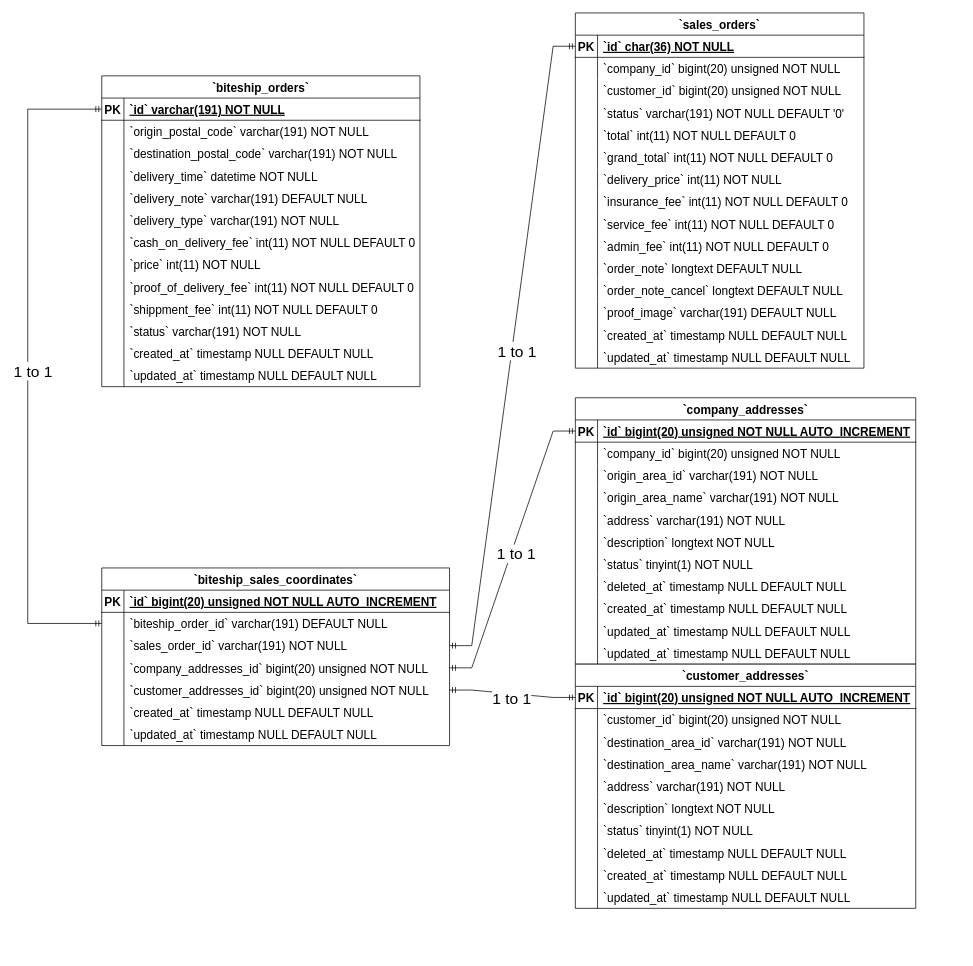
Above: Biteship Sales Coordinate ERD Diagram.drawio in Simasco/diagram (draw.io), before the change. Source tidied: cells renumbered, new cells numbered last; positions are measured from the earlier drawing's top-left corner, leaving out a move shared by most shapes. Both pictures are drawn from the tidied source at 74%, with x=0, y=0 at pixel (27, 13).
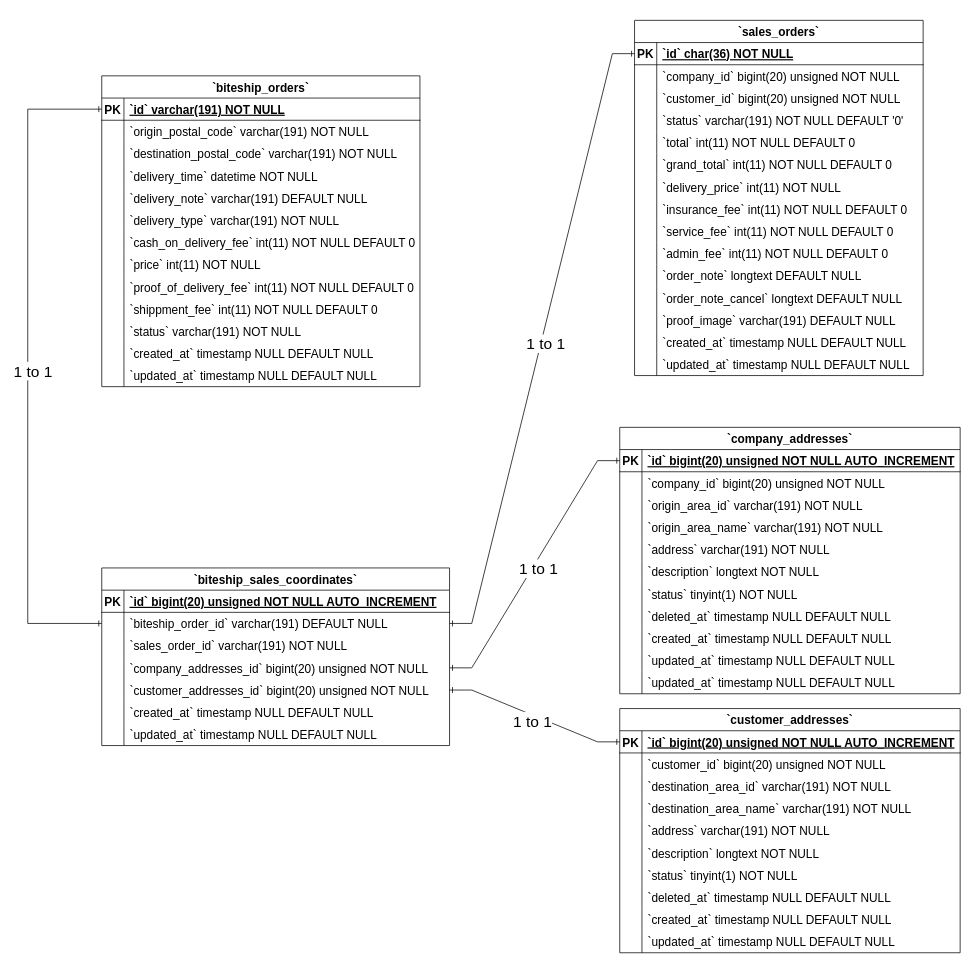
After the change.

Unchanged cells that the change refers to:
```xml
<mxCell id="3" style="shape=tableRow;horizontal=0;startSize=0;swimlaneHead=0;swimlaneBody=0;fillColor=none;points=[[0,0.5],[1,0.5]];portConstraint=eastwest;strokeColor=inherit;top=0;left=0;right=0;bottom=1;fontSize=16;" parent="2" vertex="1">
  <mxGeometry y="30" width="430" height="30" as="geometry" />
</mxCell>
<mxCell id="46" style="shape=tableRow;horizontal=0;startSize=0;swimlaneHead=0;swimlaneBody=0;fillColor=none;points=[[0,0.5],[1,0.5]];portConstraint=eastwest;strokeColor=inherit;top=0;left=0;right=0;bottom=0;fontSize=16;" parent="42" vertex="1">
  <mxGeometry y="60" width="470" height="30" as="geometry" />
</mxCell>
<mxCell id="49" style="shape=tableRow;horizontal=0;startSize=0;swimlaneHead=0;swimlaneBody=0;fillColor=none;points=[[0,0.5],[1,0.5]];portConstraint=eastwest;strokeColor=inherit;top=0;left=0;right=0;bottom=0;fontSize=16;" parent="42" vertex="1">
  <mxGeometry y="90" width="470" height="30" as="geometry" />
</mxCell>
<mxCell id="52" style="shape=tableRow;horizontal=0;startSize=0;swimlaneHead=0;swimlaneBody=0;fillColor=none;points=[[0,0.5],[1,0.5]];portConstraint=eastwest;strokeColor=inherit;top=0;left=0;right=0;bottom=0;fontSize=16;" parent="42" vertex="1">
  <mxGeometry y="120" width="470" height="30" as="geometry" />
</mxCell>
<mxCell id="55" style="shape=tableRow;horizontal=0;startSize=0;swimlaneHead=0;swimlaneBody=0;fillColor=none;points=[[0,0.5],[1,0.5]];portConstraint=eastwest;strokeColor=inherit;top=0;left=0;right=0;bottom=0;fontSize=16;" parent="42" vertex="1">
  <mxGeometry y="150" width="470" height="30" as="geometry" />
</mxCell>
<mxCell id="65" style="shape=tableRow;horizontal=0;startSize=0;swimlaneHead=0;swimlaneBody=0;fillColor=none;points=[[0,0.5],[1,0.5]];portConstraint=eastwest;strokeColor=inherit;top=0;left=0;right=0;bottom=1;fontSize=16;" parent="64" vertex="1">
  <mxGeometry y="30" width="460" height="30" as="geometry" />
</mxCell>
<mxCell id="99" style="shape=tableRow;horizontal=0;startSize=0;swimlaneHead=0;swimlaneBody=0;fillColor=none;points=[[0,0.5],[1,0.5]];portConstraint=eastwest;strokeColor=inherit;top=0;left=0;right=0;bottom=1;fontSize=16;" parent="98" vertex="1">
  <mxGeometry y="30" width="460" height="30" as="geometry" />
</mxCell>
<mxCell id="130" style="shape=tableRow;horizontal=0;startSize=0;swimlaneHead=0;swimlaneBody=0;fillColor=none;points=[[0,0.5],[1,0.5]];portConstraint=eastwest;strokeColor=inherit;top=0;left=0;right=0;bottom=1;fontSize=16;" parent="129" vertex="1">
  <mxGeometry y="30" width="390" height="30" as="geometry" />
</mxCell>
```

Diff of the diagram source:
```diff
@@
     <mxCell id="64" value="`company_addresses`" style="shape=table;startSize=30;childLayout=tableLayout;rowLines=0;fontStyle=1;align=center;fontSize=16;" parent="1" vertex="1">
-      <mxGeometry x="740" y="520" width="460" height="360" as="geometry" />
+      <mxGeometry x="800" y="560" width="460" height="360" as="geometry" />
     </mxCell>
@@
     <mxCell id="98" value="`customer_addresses`" style="shape=table;startSize=30;childLayout=tableLayout;rowLines=0;fontStyle=1;align=center;fontSize=16;" parent="1" vertex="1">
-      <mxGeometry x="740" y="880" width="460" height="330" as="geometry" />
+      <mxGeometry x="800" y="940" width="460" height="330" as="geometry" />
     </mxCell>
@@
     <mxCell id="129" value="`sales_orders`" style="shape=table;startSize=30;childLayout=tableLayout;rowLines=0;fontStyle=1;align=center;fontSize=16;" parent="1" vertex="1">
-      <mxGeometry x="740" width="390" height="480" as="geometry" />
+      <mxGeometry x="820" y="10" width="390" height="480" as="geometry" />
     </mxCell>
@@
-    <mxCell id="175" style="edgeStyle=entityRelationEdgeStyle;fontSize=16;html=1;endArrow=ERmandOne;startArrow=ERmandOne;rounded=0;exitX=1;exitY=0.5;exitDx=0;exitDy=0;entryX=0;entryY=0.5;entryDx=0;entryDy=0;" parent="1" edge="1" source="49" target="130">
+    <mxCell id="175" style="edgeStyle=entityRelationEdgeStyle;fontSize=16;html=1;endArrow=ERone;startArrow=ERone;rounded=0;exitX=1;exitY=0.5;exitDx=0;exitDy=0;entryX=0;entryY=0.5;entryDx=0;entryDy=0;startFill=0;endFill=0;" parent="1" edge="1" source="46" target="130">
       <mxGeometry relative="1" as="geometry" />
     </mxCell>
@@
-    <mxCell id="177" style="edgeStyle=entityRelationEdgeStyle;fontSize=16;html=1;endArrow=ERmandOne;startArrow=ERmandOne;rounded=0;exitX=1;exitY=0.5;exitDx=0;exitDy=0;entryX=0;entryY=0.5;entryDx=0;entryDy=0;" parent="1" edge="1" source="55" target="99">
-      <mxGeometry relative="1" as="geometry" />
+    <mxCell id="177" style="edgeStyle=entityRelationEdgeStyle;fontSize=16;html=1;endArrow=ERone;startArrow=ERone;rounded=0;exitX=1;exitY=0.5;exitDx=0;exitDy=0;entryX=0;entryY=0.5;entryDx=0;entryDy=0;startFill=0;endFill=0;" parent="1" edge="1" source="55" target="99">
+      <mxGeometry relative="1" as="geometry">
+        <Array as="points">
+          <mxPoint x="570" y="925" />
+        </Array>
+      </mxGeometry>
     </mxCell>
@@
-    <mxCell id="179" style="edgeStyle=entityRelationEdgeStyle;fontSize=16;html=1;endArrow=ERmandOne;startArrow=ERmandOne;rounded=0;exitX=1;exitY=0.5;exitDx=0;exitDy=0;entryX=0;entryY=0.5;entryDx=0;entryDy=0;" parent="1" edge="1" source="52" target="65">
+    <mxCell id="179" style="edgeStyle=entityRelationEdgeStyle;fontSize=16;html=1;endArrow=ERone;startArrow=ERone;rounded=0;exitX=1;exitY=0.5;exitDx=0;exitDy=0;entryX=0;entryY=0.5;entryDx=0;entryDy=0;startFill=0;endFill=0;" parent="1" edge="1" source="52" target="65">
       <mxGeometry relative="1" as="geometry" />
     </mxCell>
@@
-    <mxCell id="181" style="edgeStyle=orthogonalEdgeStyle;fontSize=16;html=1;endArrow=ERmandOne;startArrow=ERmandOne;rounded=0;exitX=0;exitY=0.5;exitDx=0;exitDy=0;entryX=0;entryY=0.5;entryDx=0;entryDy=0;" parent="1" edge="1" source="46" target="3">
+    <mxCell id="181" style="edgeStyle=orthogonalEdgeStyle;fontSize=16;html=1;endArrow=ERone;startArrow=ERone;rounded=0;exitX=0;exitY=0.5;exitDx=0;exitDy=0;entryX=0;entryY=0.5;entryDx=0;entryDy=0;startFill=0;endFill=0;" parent="1" edge="1" source="46" target="3">
       <mxGeometry relative="1" as="geometry">
         <Array as="points">
           <mxPoint y="825" />
           <mxPoint y="130" />
         </Array>
       </mxGeometry>
     </mxCell>
```
